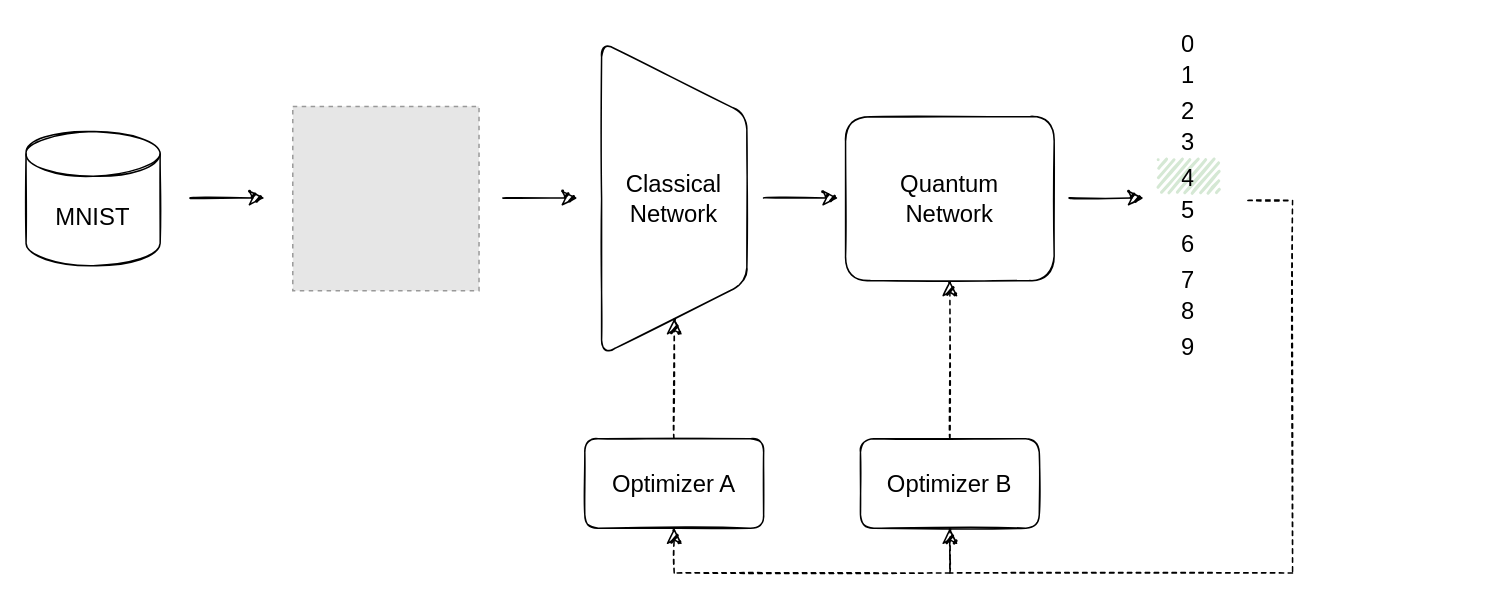
The draw.io diagram docs/split_optimizer.drawio in cirKITers/Split-Optimization, before the edit. Source tidied: cells renumbered, new cells numbered last; positions are measured from the earlier drawing's top-left corner, leaving out a move shared by most shapes. Both pictures are drawn from the tidied source at 149%, with x=0, y=0 at pixel (25, 24). Pictures stored in the file or linked from it are replaced by grey dashed boxes.
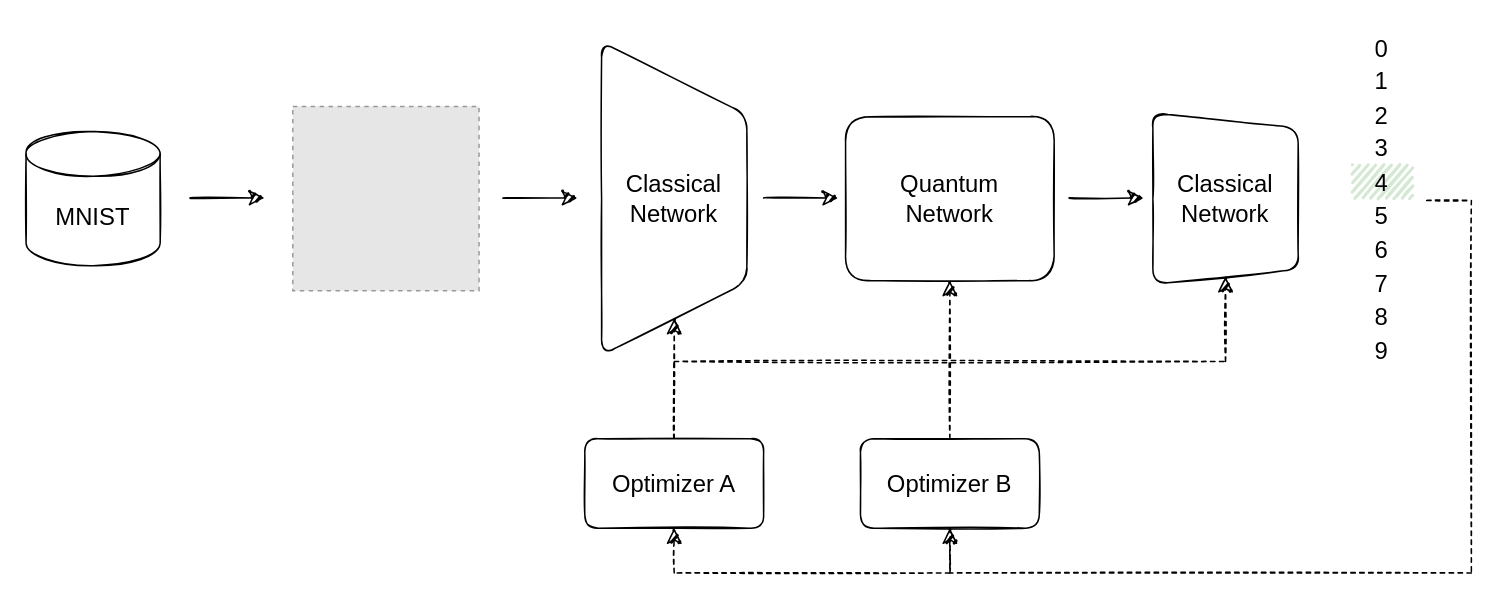
The same diagram, later.

Commit message (it also covers changes not shown here):
updated model desc

The change refers to these unchanged cells:
```xml
<mxCell id="5" value="Quantum&lt;br&gt;Network" style="rounded=1;whiteSpace=wrap;html=1;fontSize=16;sketch=1;curveFitting=1;jiggle=0.5;fillWeight=2;hachureGap=-1;" parent="1" vertex="1">
  <mxGeometry x="550" y="61.8" width="140" height="110" as="geometry" />
</mxCell>
<mxCell id="33" value="Optimizer B" style="rounded=1;whiteSpace=wrap;html=1;fontSize=16;sketch=1;curveFitting=1;jiggle=0.5;fillWeight=2;hachureGap=-1;" parent="1" vertex="1">
  <mxGeometry x="560" y="278" width="120" height="60" as="geometry" />
</mxCell>
<mxCell id="35" value="Optimizer A" style="rounded=1;whiteSpace=wrap;html=1;fontSize=16;sketch=1;curveFitting=1;jiggle=0.5;fillWeight=2;hachureGap=-1;" parent="1" vertex="1">
  <mxGeometry x="375" y="278" width="120" height="60" as="geometry" />
</mxCell>
```

Change to the diagram source:
```diff
@@
     <mxCell id="6" style="shape=table;startSize=0;childLayout=tableLayout;fontSize=16;sketch=1;curveFitting=1;jiggle=0.5;fillWeight=2;hachureGap=-1;strokeColor=none;" parent="1" vertex="1">
-      <mxGeometry x="760" y="0.5" width="40" height="225" as="geometry" />
+      <mxGeometry x="890" y="4.2" width="40" height="225" as="geometry" />
     </mxCell>
@@
-    <mxCell id="32" style="edgeStyle=none;curved=1;rounded=0;jettySize=auto;html=1;exitX=0.5;exitY=0;exitDx=0;exitDy=0;entryX=0.5;entryY=1;entryDx=0;entryDy=0;fontSize=12;startSize=8;endSize=8;sketch=1;curveFitting=1;jiggle=0.5;fillWeight=2;hachureGap=-1;dashed=1;" parent="1" edge="1" source="33" target="5">
+    <mxCell id="32" style="edgeStyle=orthogonalEdgeStyle;rounded=0;jettySize=auto;html=1;exitX=0.5;exitY=0;exitDx=0;exitDy=0;entryX=0.5;entryY=1;entryDx=0;entryDy=0;fontSize=12;startSize=8;endSize=8;sketch=1;curveFitting=1;jiggle=0.5;fillWeight=2;hachureGap=-1;dashed=1;noJump=0;orthogonal=0;enumerate=0;backgroundOutline=0;" parent="1" edge="1" source="33" target="5">
       <mxGeometry relative="1" as="geometry" />
     </mxCell>
@@
+    <mxCell id="37" style="edgeStyle=orthogonalEdgeStyle;rounded=0;jettySize=auto;html=1;entryX=1;entryY=0.5;entryDx=0;entryDy=0;fontSize=12;startSize=8;endSize=8;exitX=0.5;exitY=0;exitDx=0;exitDy=0;dashed=1;noJump=0;orthogonal=0;enumerate=0;backgroundOutline=0;sketch=1;curveFitting=1;jiggle=0.5;fillWeight=2;hachureGap=-1;" parent="1" edge="1" source="35" target="38">
+      <mxGeometry relative="1" as="geometry" />
+    </mxCell>
@@
     <mxCell id="36" style="endArrow=classic;html=1;rounded=0;fontSize=12;startSize=8;endSize=8;edgeStyle=orthogonalEdgeStyle;entryX=0.5;entryY=1;entryDx=0;entryDy=0;sketch=1;curveFitting=1;jiggle=0.5;fillWeight=2;hachureGap=-1;dashed=1;" parent="1" edge="1" target="33">
       <mxGeometry relative="1" as="geometry">
-        <mxPoint x="820" y="118" as="sourcePoint" />
+        <mxPoint x="940" y="118" as="sourcePoint" />
         <Array as="points">
-          <mxPoint x="850" y="118" />
-          <mxPoint x="850" y="368" />
+          <mxPoint x="970" y="118" />
+          <mxPoint x="970" y="368" />
           <mxPoint x="620" y="368" />
         </Array>
       </mxGeometry>
     </mxCell>
+    <mxCell id="38" value="Classical&lt;br&gt;Network" style="shape=trapezoid;perimeter=trapezoidPerimeter;whiteSpace=wrap;html=1;fixedSize=1;fontSize=16;rounded=1;rotation=90;horizontal=0;size=10;sketch=1;curveFitting=1;jiggle=0.5;fillWeight=2;hachureGap=-1;" parent="1" vertex="1">
+      <mxGeometry x="747.5" y="68" width="115" height="97.5" as="geometry" />
+    </mxCell>
```
